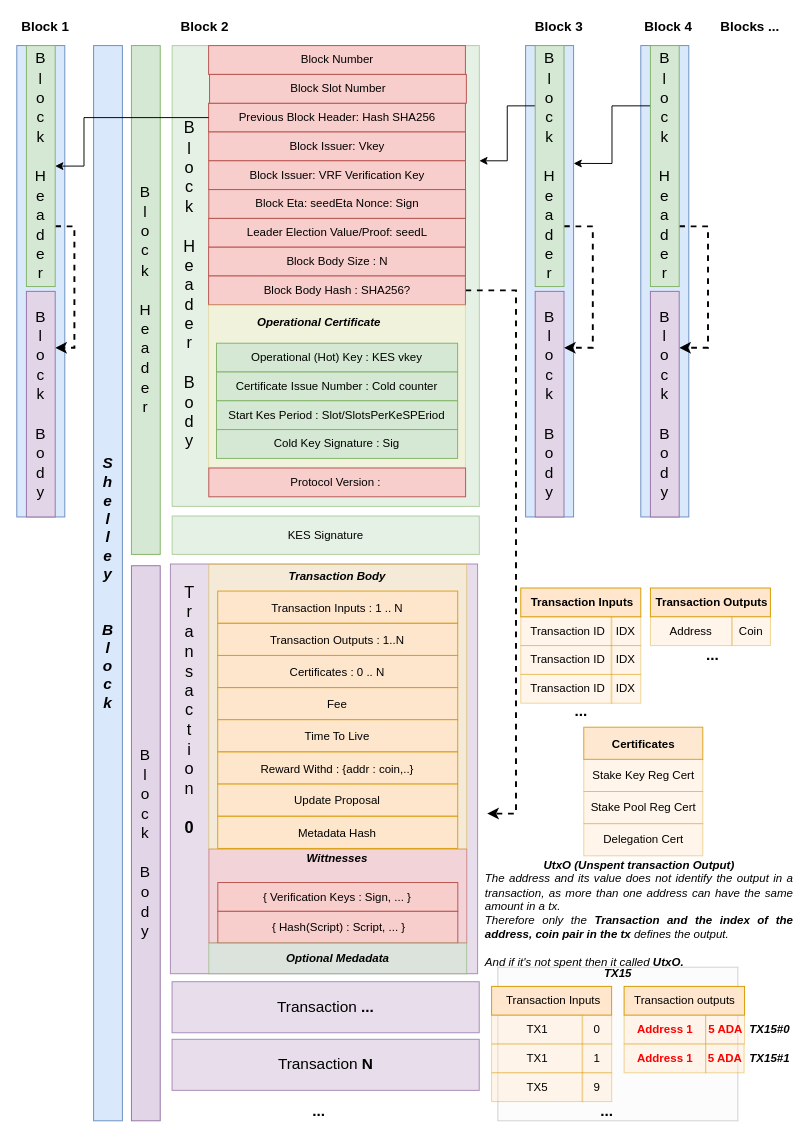
Above: diagrams/ShelleyBlock.drawio in ilap/ShelleyStuffs (draw.io), before the change. Source tidied: cells renumbered, new cells numbered last; positions are measured from the earlier drawing's top-left corner, leaving out a move shared by most shapes. Both pictures are drawn from the tidied source at 96%, with x=0, y=0 at pixel (16, 16).
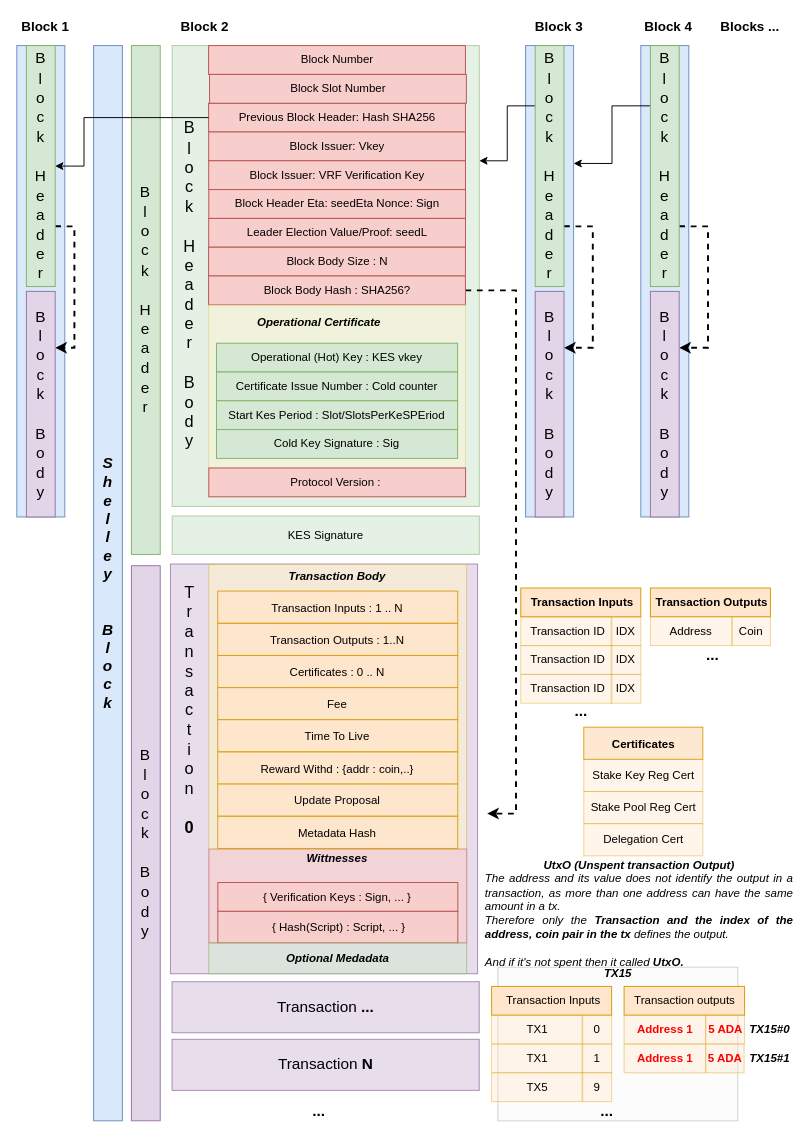
The same page after the edit.

What changed in the source:
```diff
@@
-    <mxCell id="11" value="Block Eta: seedEta Nonce: Sign" style="rounded=0;whiteSpace=wrap;html=1;fillColor=#f8cecc;strokeColor=#b85450;align=center;" parent="1" vertex="1">
+    <mxCell id="11" value="Block Header Eta: seedEta Nonce: Sign" style="rounded=0;whiteSpace=wrap;html=1;fillColor=#f8cecc;strokeColor=#b85450;align=center;" parent="1" vertex="1">
       <mxGeometry x="200" y="180" width="267.5" height="30" as="geometry" />
     </mxCell>
```
